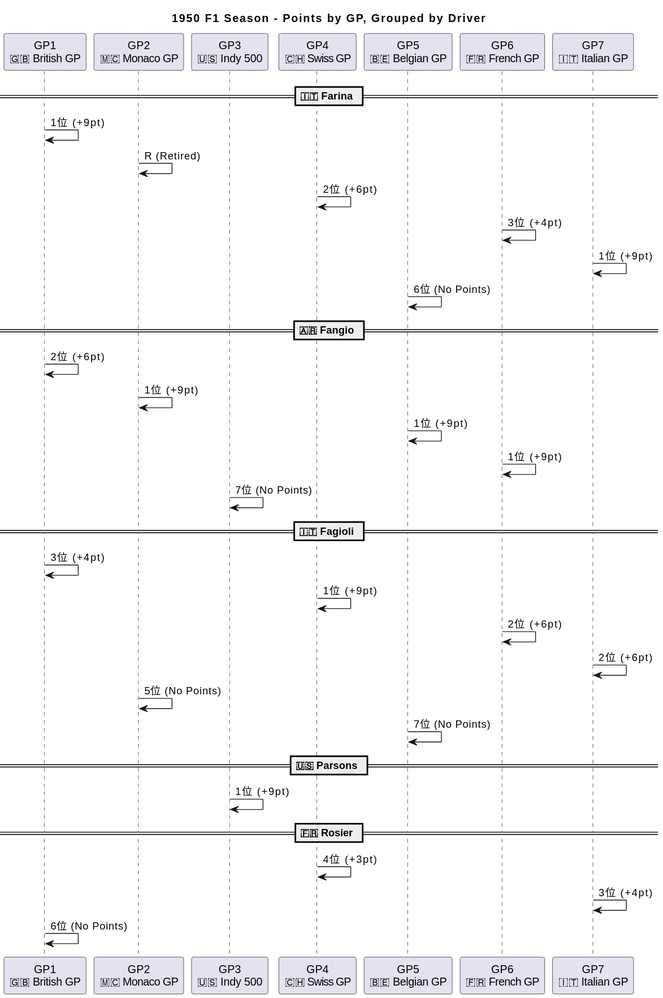
Above: out/f1_1950/f1_1950.svg in coacoa/images (PlantUML), before the change.
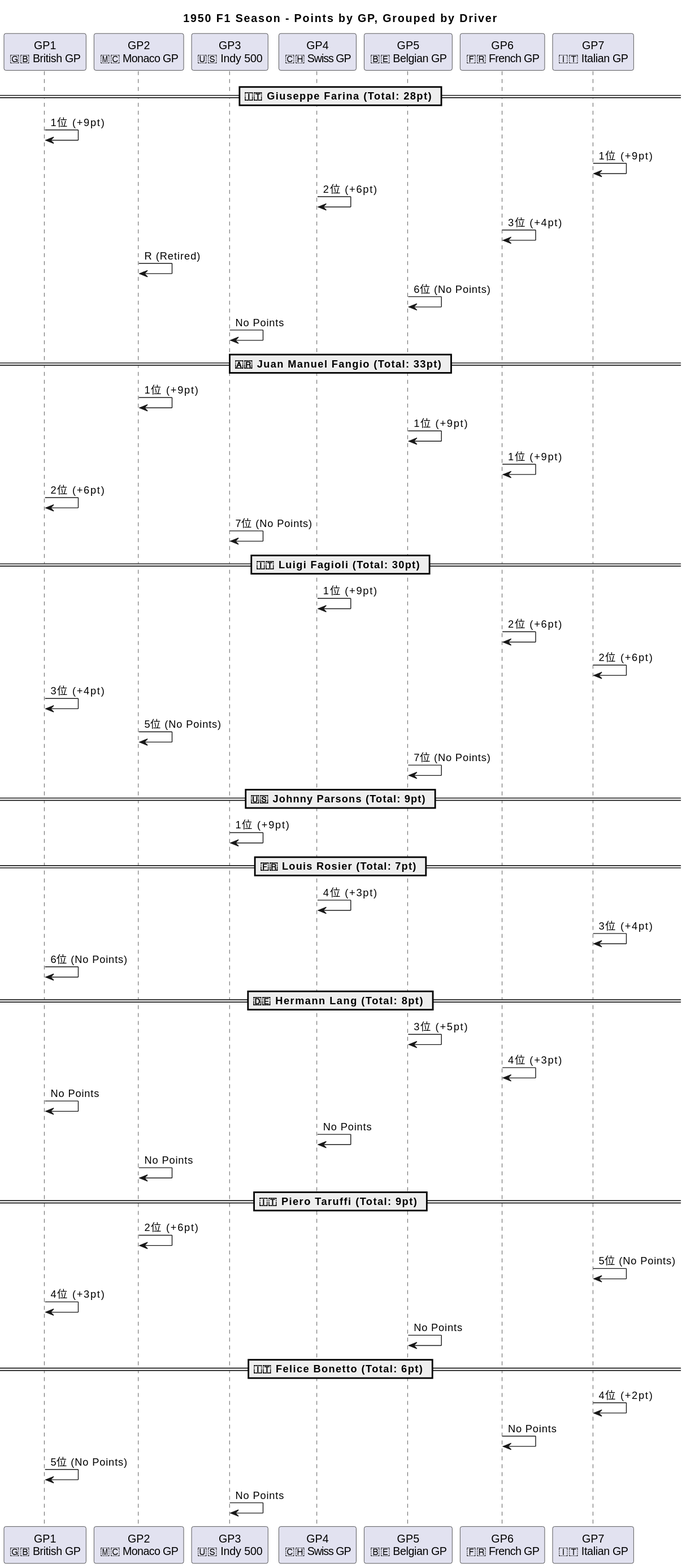
Above is the later version.

Change to the diagram source:
```diff
@@ -9,34 +9,54 @@
 participant "GP6\n🇫🇷 French GP" as GP6
 participant "GP7\n🇮🇹 Italian GP" as GP7
 
-== 🇮🇹 Farina ==
+== 🇮🇹 Giuseppe Farina (Total: 28pt) ==
 GP1 -> GP1 : 1位 (+9pt)
-GP2 -> GP2 : R (Retired)
+GP7 -> GP7 : 1位 (+9pt)
 GP4 -> GP4 : 2位 (+6pt)
 GP6 -> GP6 : 3位 (+4pt)
-GP7 -> GP7 : 1位 (+9pt)
+GP2 -> GP2 : R (Retired)
 GP5 -> GP5 : 6位 (No Points)
+GP3 -> GP3 : No Points
 
-== 🇦🇷 Fangio ==
-GP1 -> GP1 : 2位 (+6pt)
+== 🇦🇷 Juan Manuel Fangio (Total: 33pt) ==
 GP2 -> GP2 : 1位 (+9pt)
 GP5 -> GP5 : 1位 (+9pt)
 GP6 -> GP6 : 1位 (+9pt)
+GP1 -> GP1 : 2位 (+6pt)
 GP3 -> GP3 : 7位 (No Points)
 
-== 🇮🇹 Fagioli ==
-GP1 -> GP1 : 3位 (+4pt)
+== 🇮🇹 Luigi Fagioli (Total: 30pt) ==
 GP4 -> GP4 : 1位 (+9pt)
 GP6 -> GP6 : 2位 (+6pt)
 GP7 -> GP7 : 2位 (+6pt)
+GP1 -> GP1 : 3位 (+4pt)
 GP2 -> GP2 : 5位 (No Points)
 GP5 -> GP5 : 7位 (No Points)
 
-== 🇺🇸 Parsons ==
+== 🇺🇸 Johnny Parsons (Total: 9pt) ==
 GP3 -> GP3 : 1位 (+9pt)
 
-== 🇫🇷 Rosier ==
+== 🇫🇷 Louis Rosier (Total: 7pt) ==
 GP4 -> GP4 : 4位 (+3pt)
 GP7 -> GP7 : 3位 (+4pt)
 GP1 -> GP1 : 6位 (No Points)
+
+== 🇩🇪 Hermann Lang (Total: 8pt) ==
+GP5 -> GP5 : 3位 (+5pt)
+GP6 -> GP6 : 4位 (+3pt)
+GP1 -> GP1 : No Points
+GP4 -> GP4 : No Points
+GP2 -> GP2 : No Points
+
+== 🇮🇹 Piero Taruffi (Total: 9pt) ==
+GP2 -> GP2 : 2位 (+6pt)
+GP7 -> GP7 : 5位 (No Points)
+GP1 -> GP1 : 4位 (+3pt)
+GP5 -> GP5 : No Points
+
+== 🇮🇹 Felice Bonetto (Total: 6pt) ==
+GP7 -> GP7 : 4位 (+2pt)
+GP6 -> GP6 : No Points
+GP1 -> GP1 : 5位 (No Points)
+GP3 -> GP3 : No Points
 @enduml
```
